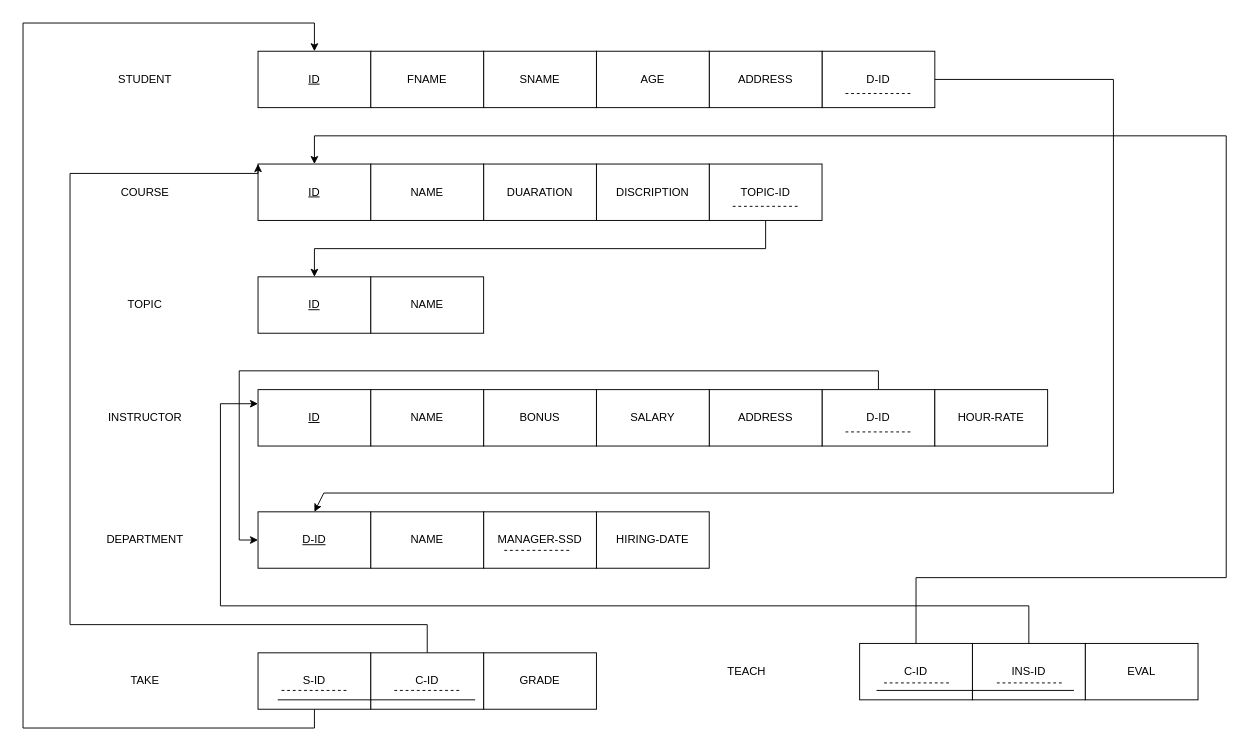
This is t2.drawio from Mohannad-Elsayed/drawio, a draw.io file, before an edit. Source tidied: cells renumbered, new cells numbered last; positions are measured from the earlier drawing's top-left corner, leaving out a move shared by most shapes. Both pictures are drawn from the tidied source at 94%, with x=0, y=0 at pixel (23, 23).
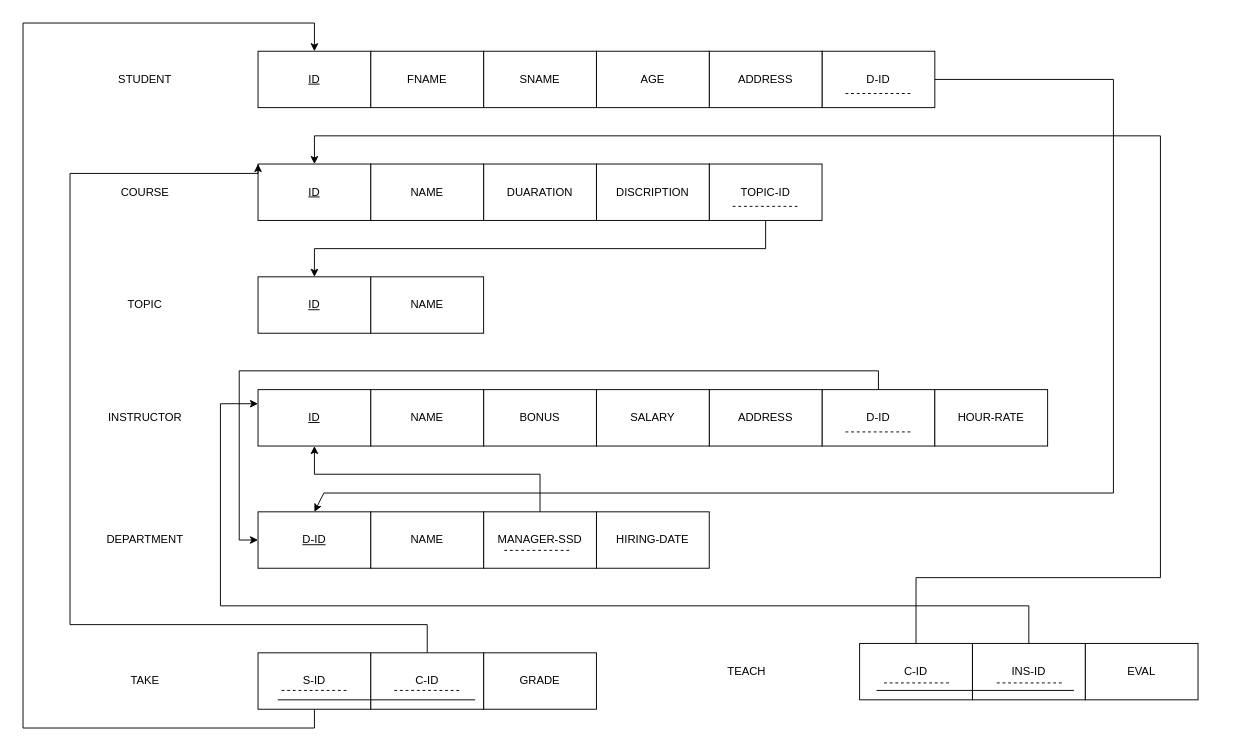
The same diagram, later.

Unchanged cells that the change refers to:
```xml
<mxCell id="10" value="&lt;u&gt;ID&lt;/u&gt;" style="rounded=0;whiteSpace=wrap;html=1;" parent="1" vertex="1">
  <mxGeometry x="250" y="150" width="120" height="60" as="geometry" />
</mxCell>
<mxCell id="21" value="&lt;u&gt;ID&lt;/u&gt;" style="rounded=0;whiteSpace=wrap;html=1;" parent="1" vertex="1">
  <mxGeometry x="250" y="390" width="120" height="60" as="geometry" />
</mxCell>
<mxCell id="33" value="MANAGER-SSD" style="rounded=0;whiteSpace=wrap;html=1;" parent="1" vertex="1">
  <mxGeometry x="490" y="520" width="120" height="60" as="geometry" />
</mxCell>
<mxCell id="45" value="C-ID" style="rounded=0;whiteSpace=wrap;html=1;" parent="1" vertex="1">
  <mxGeometry x="890" y="660" width="120" height="60" as="geometry" />
</mxCell>
```

Diff of the diagram source:
```diff
@@
+    <mxCell id="56" style="edgeStyle=orthogonalEdgeStyle;rounded=0;jettySize=auto;html=1;entryX=0.5;entryY=1;entryDx=0;entryDy=0;" parent="1" edge="1" source="33" target="21">
+      <mxGeometry relative="1" as="geometry">
+        <Array as="points">
+          <mxPoint x="550" y="480" />
+          <mxPoint x="310" y="480" />
+        </Array>
+      </mxGeometry>
+    </mxCell>
@@
     <mxCell id="44" style="edgeStyle=orthogonalEdgeStyle;rounded=0;jettySize=auto;html=1;" parent="1" edge="1" source="45" target="10">
       <mxGeometry relative="1" as="geometry">
         <Array as="points">
           <mxPoint x="950" y="590" />
-          <mxPoint x="1280" y="590" />
-          <mxPoint x="1280" y="120" />
+          <mxPoint x="1210" y="590" />
+          <mxPoint x="1210" y="120" />
           <mxPoint x="310" y="120" />
         </Array>
       </mxGeometry>
     </mxCell>
```
